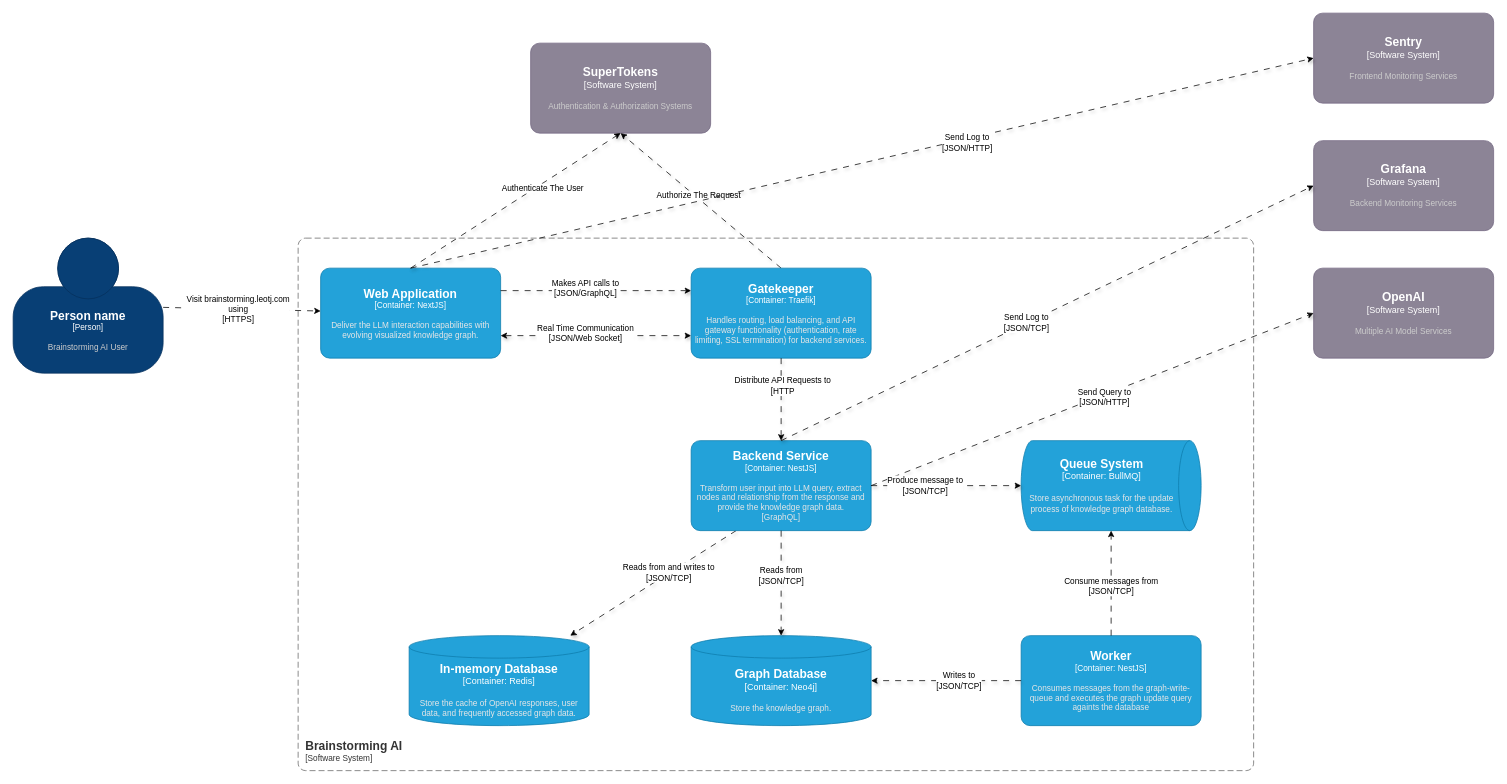
The draw.io diagram page "Containers" (2 of 3) of docs/C4 Diagram.drawio in leotj/brainstorming-AI, before the edit. Source tidied: cells renumbered, new cells numbered last; positions are measured from the earlier drawing's top-left corner, leaving out a move shared by most shapes. Both pictures are drawn from the tidied source at 75%, with x=0, y=0 at pixel (13, 13).
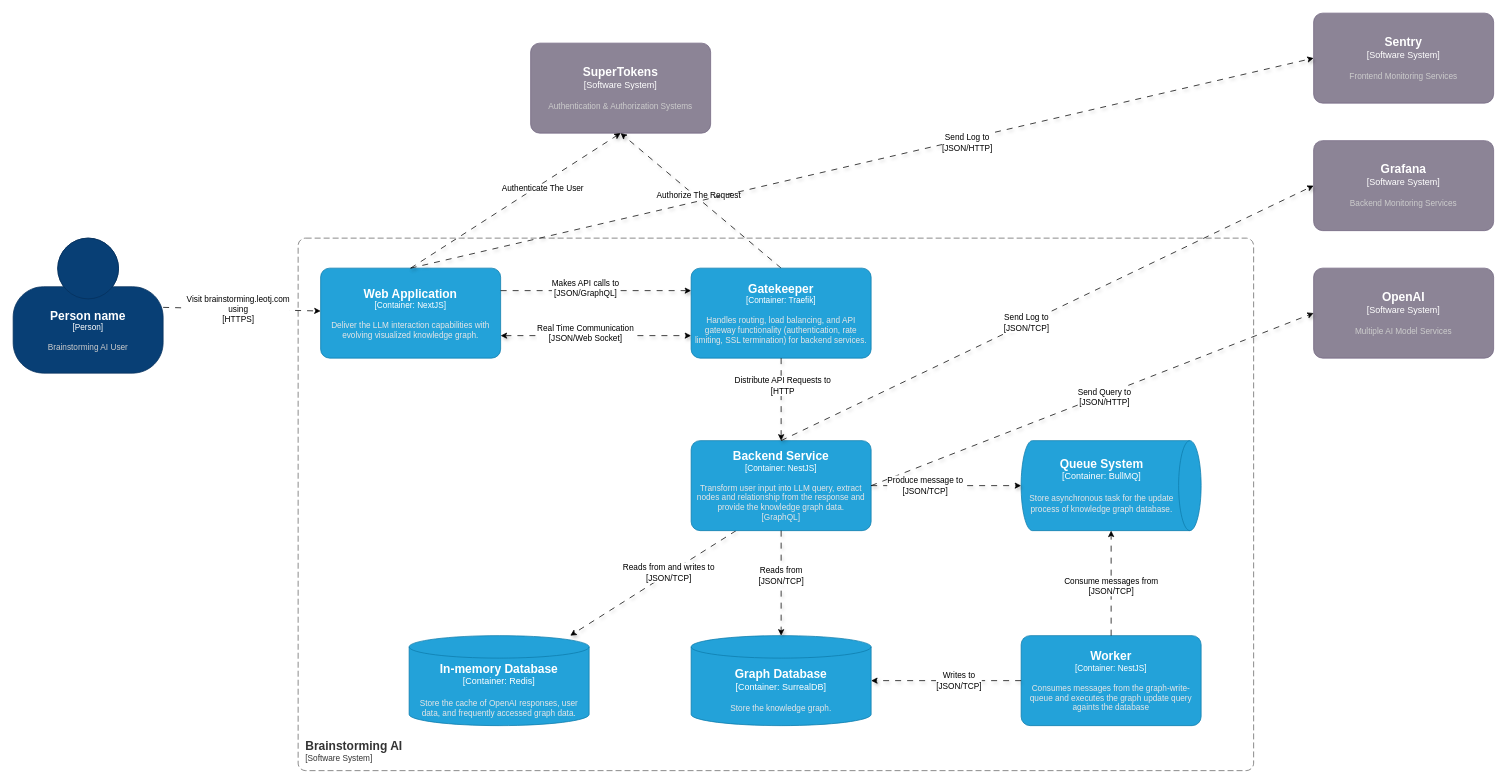
The same page after the edit.

Diff of the diagram source:
```diff
@@
-    <object id="12" label="&lt;font style=&quot;font-size: 16px&quot;&gt;&lt;b&gt;%c4Name%&lt;/b&gt;&lt;/font&gt;&lt;div&gt;[%c4Type%:&amp;nbsp;%c4Technology%]&lt;/div&gt;&lt;br&gt;&lt;div&gt;&lt;font style=&quot;font-size: 11px&quot;&gt;&lt;font color=&quot;#E6E6E6&quot;&gt;%c4Description%&lt;/font&gt;&lt;/div&gt;" c4Description="Store the knowledge graph." c4Name="Graph Database" c4Technology="Neo4j" c4Type="Container" placeholders="1">
+    <object id="12" label="&lt;font style=&quot;font-size: 16px&quot;&gt;&lt;b&gt;%c4Name%&lt;/b&gt;&lt;/font&gt;&lt;div&gt;[%c4Type%:&amp;nbsp;%c4Technology%]&lt;/div&gt;&lt;br&gt;&lt;div&gt;&lt;font style=&quot;font-size: 11px&quot;&gt;&lt;font color=&quot;#E6E6E6&quot;&gt;%c4Description%&lt;/font&gt;&lt;/div&gt;" c4Description="Store the knowledge graph." c4Name="Graph Database" c4Technology="SurrealDB" c4Type="Container" placeholders="1">
       <mxCell style="shape=cylinder3;size=15;whiteSpace=wrap;html=1;boundedLbl=1;rounded=0;labelBackgroundColor=none;fillColor=#23A2D9;fontSize=12;fontColor=#ffffff;align=center;strokeColor=#0E7DAD;points=[[0.5,0,0],[1,0.25,0],[1,0.5,0],[1,0.75,0],[0.5,1,0],[0,0.75,0],[0,0.5,0],[0,0.25,0]];" parent="1" vertex="1">
         <mxGeometry x="904" y="830" width="240" height="120" as="geometry" />
       </mxCell>
     </object>
```
